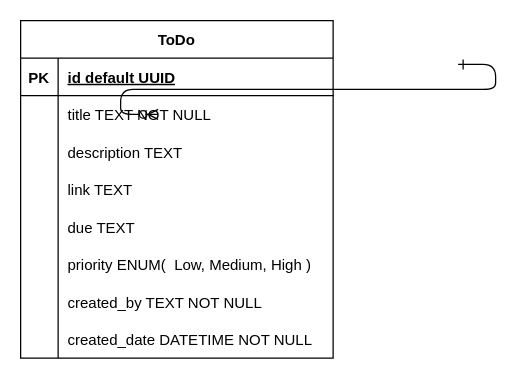
This is Diagrams/teleRememberEntity.drawio from lly02/TeleRemember, a draw.io file, before an edit. Source tidied: cells renumbered, new cells numbered last; positions are measured from the earlier drawing's top-left corner, leaving out a move shared by most shapes. Both pictures are drawn from the tidied source at 125%, with x=0, y=0 at pixel (20, 20).
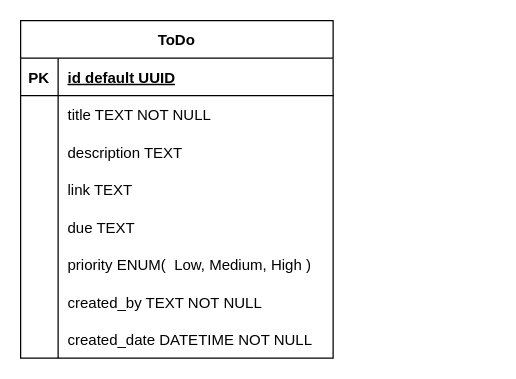
After the change.

Diff of the diagram source:
```diff
@@
-    <mxCell id="2" style="edgeStyle=entityRelationEdgeStyle;endArrow=ERzeroToMany;startArrow=ERone;endFill=1;startFill=0;" parent="1" edge="1">
-      <mxGeometry relative="1" as="geometry">
-        <mxPoint x="350" y="35" as="sourcePoint" />
-        <mxPoint x="110" y="75" as="targetPoint" />
-      </mxGeometry>
-    </mxCell>
```
